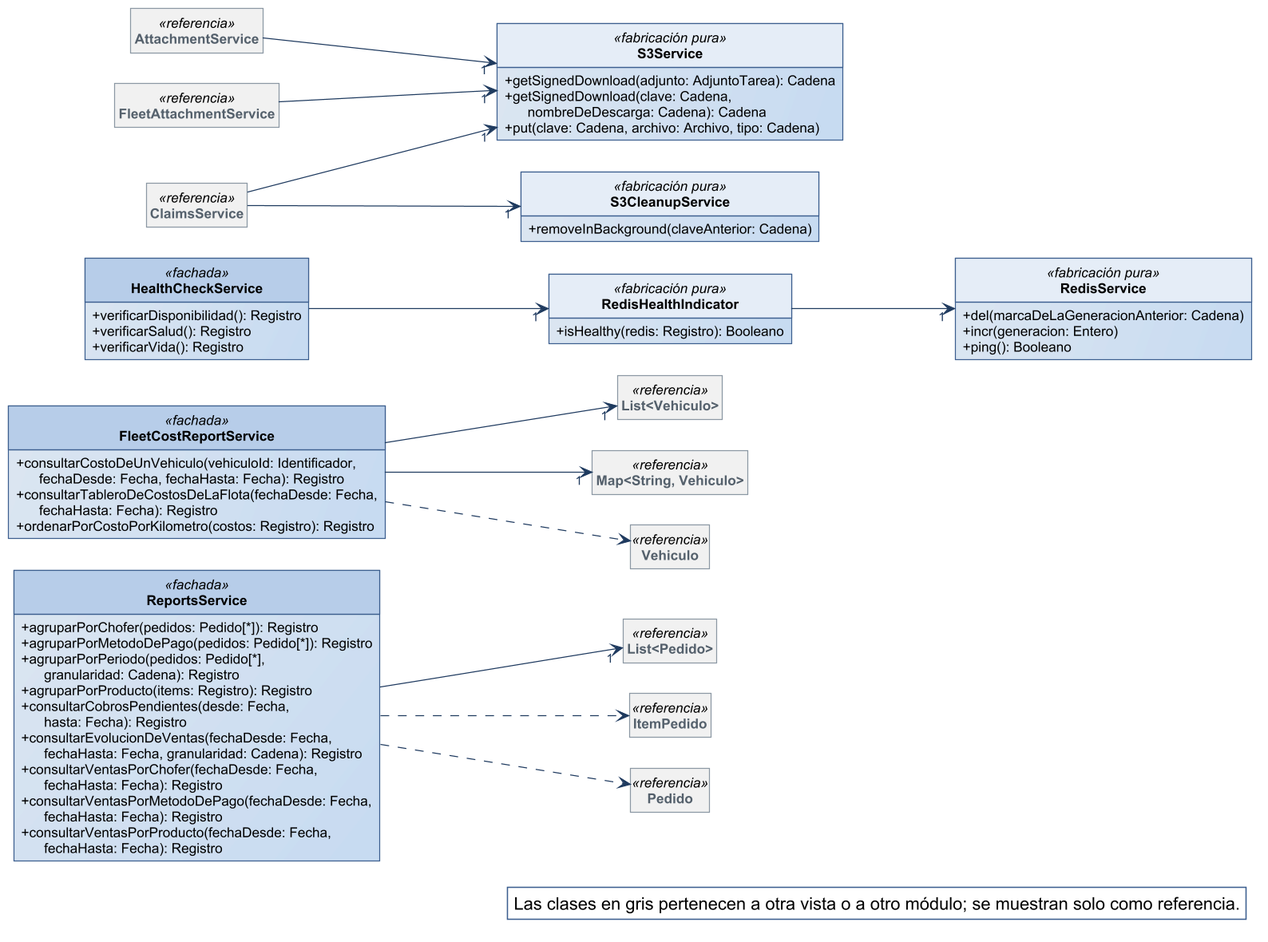
Nahuelito-Dev/splg-docs keeps this PlantUML diagram as diagramas/clases-diseno/DC_Mod_Soporte.png. Above is the earlier version.
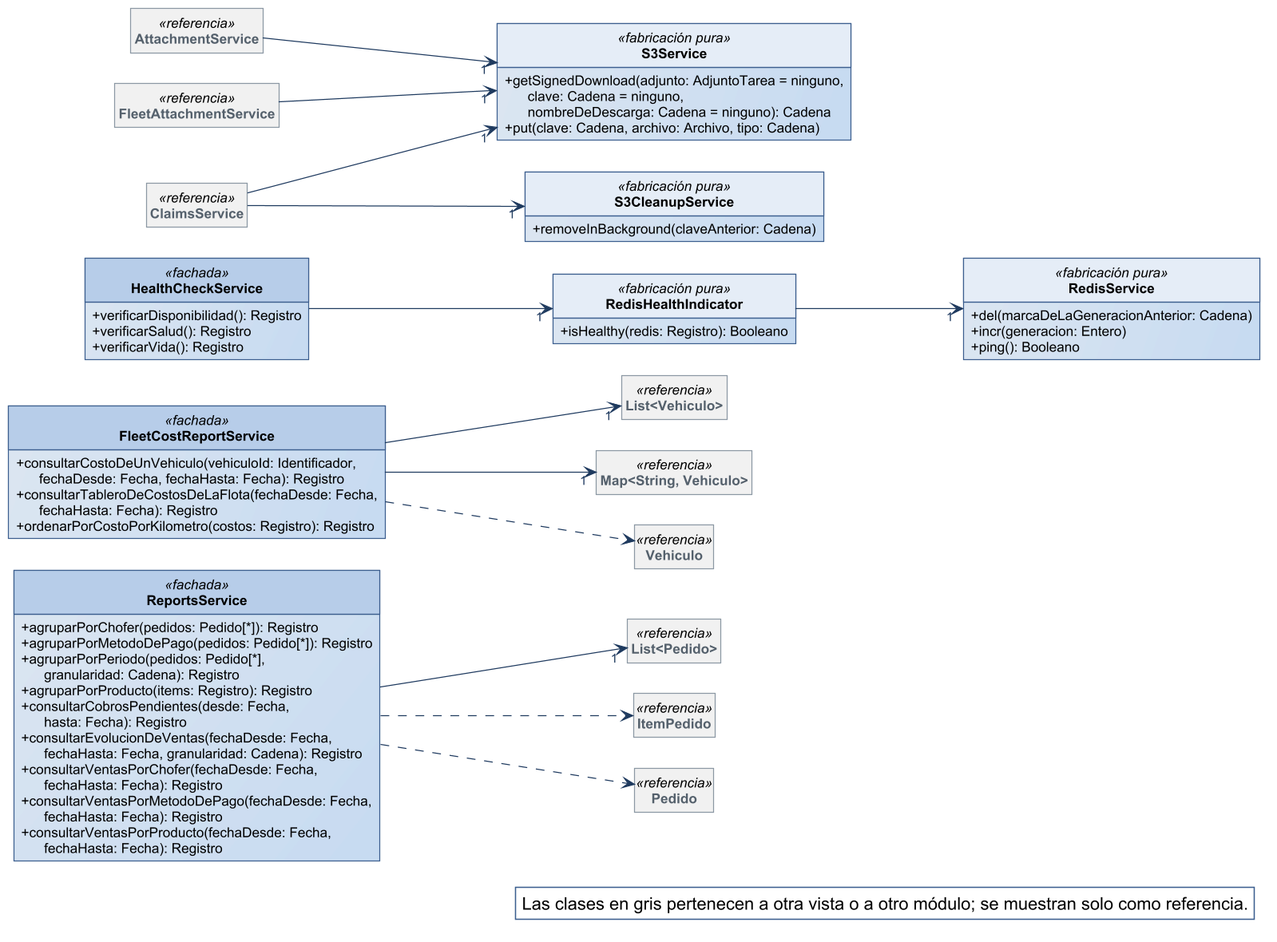
Above is the later version.

The edit, as a diff of the source:
```diff
@@ -60,8 +60,7 @@
   + ping(): Booleano
 }
 class S3Service <<fabricación pura>> {
-  + getSignedDownload(adjunto: AdjuntoTarea): Cadena
-  + getSignedDownload(clave: Cadena,\n      nombreDeDescarga: Cadena): Cadena
+  + getSignedDownload(adjunto: AdjuntoTarea = ninguno,\n      clave: Cadena = ninguno,\n      nombreDeDescarga: Cadena = ninguno): Cadena
   + put(clave: Cadena, archivo: Archivo, tipo: Cadena)
 }
 class S3CleanupService <<fabricación pura>> {
```
